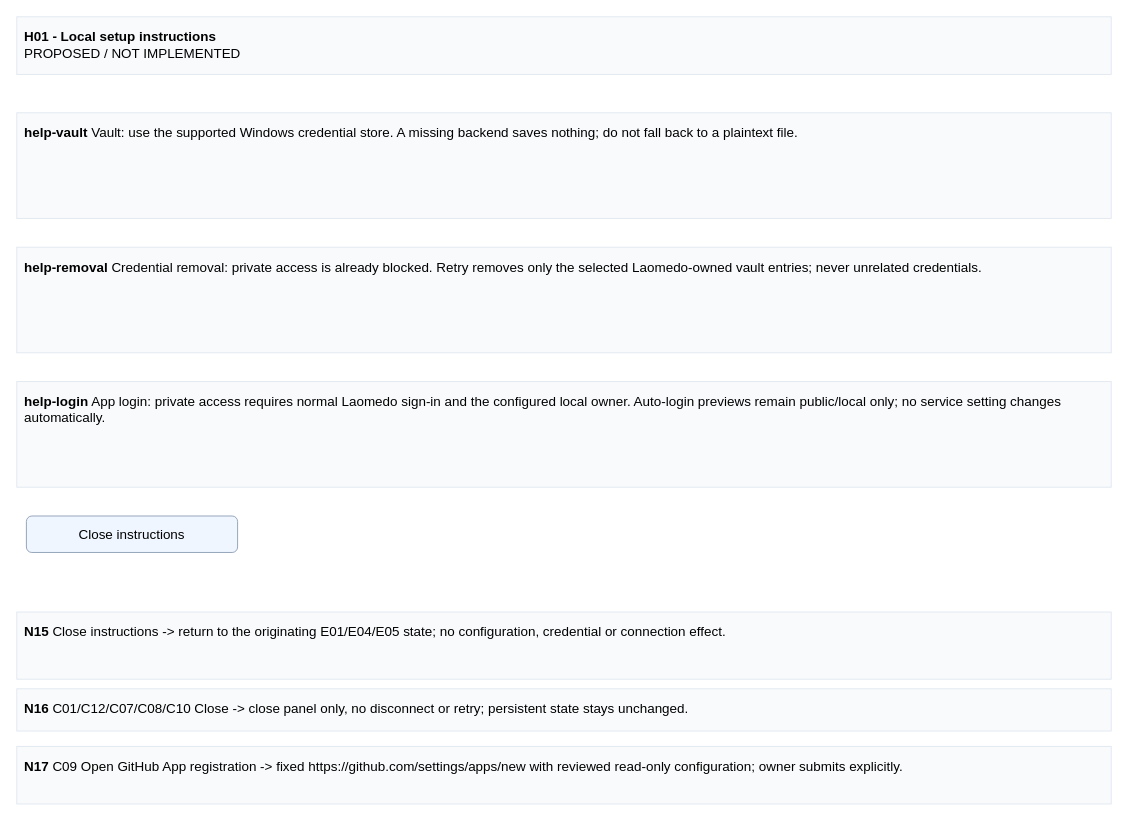
This is page "Setup instructions and recovery targets" (8 of 9) of projects/laomedo/subsystems/agent-execution/design/github-account-connections.drawio from amadou-6e/specs, a draw.io file, before an edit. Source tidied: cells renumbered, new cells numbered last; positions are measured from the earlier drawing's top-left corner, leaving out a move shared by most shapes. Both pictures are drawn from the tidied source at 96%, with x=0, y=0 at pixel (16, 16).
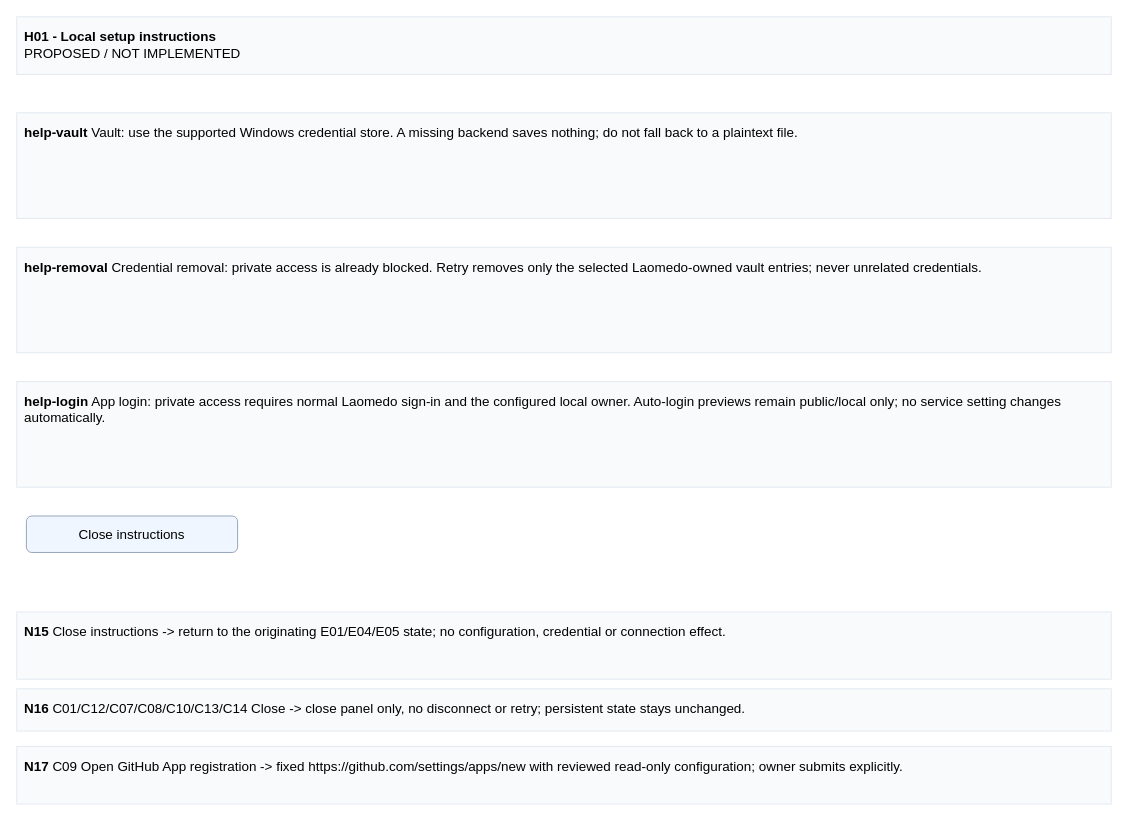
Above is the later version.

Change to the diagram source:
```diff
@@
 <mxGraphModel>
   <root>
     <mxCell id="0" />
     <mxCell id="1" parent="0" />
     <mxCell id="2" value="&lt;b&gt;H01 - Local setup instructions&lt;/b&gt;&lt;br&gt;PROPOSED / NOT IMPLEMENTED" style="rounded=0;whiteSpace=wrap;html=1;fontFamily=Arial;fontSize=14;align=left;verticalAlign=top;spacing=8;fillColor=#F8FAFC;strokeColor=#E2E8F0;" parent="1" vertex="1">
       <mxGeometry width="1140" height="60" as="geometry" />
     </mxCell>
     <mxCell id="3" value="&lt;b&gt;help-vault&lt;/b&gt;  Vault: use the supported Windows credential store. A missing backend saves nothing; do not fall back to a plaintext file." style="rounded=0;whiteSpace=wrap;html=1;fontFamily=Arial;fontSize=14;align=left;verticalAlign=top;spacing=8;fillColor=#F8FAFC;strokeColor=#E2E8F0;" parent="1" vertex="1">
       <mxGeometry y="100" width="1140" height="110" as="geometry" />
     </mxCell>
     <mxCell id="4" value="&lt;b&gt;help-removal&lt;/b&gt;  Credential removal: private access is already blocked. Retry removes only the selected Laomedo-owned vault entries; never unrelated credentials." style="rounded=0;whiteSpace=wrap;html=1;fontFamily=Arial;fontSize=14;align=left;verticalAlign=top;spacing=8;fillColor=#F8FAFC;strokeColor=#E2E8F0;" parent="1" vertex="1">
       <mxGeometry y="240" width="1140" height="110" as="geometry" />
     </mxCell>
     <mxCell id="5" value="&lt;b&gt;help-login&lt;/b&gt;  App login: private access requires normal Laomedo sign-in and the configured local owner. Auto-login previews remain public/local only; no service setting changes automatically." style="rounded=0;whiteSpace=wrap;html=1;fontFamily=Arial;fontSize=14;align=left;verticalAlign=top;spacing=8;fillColor=#F8FAFC;strokeColor=#E2E8F0;" parent="1" vertex="1">
       <mxGeometry y="380" width="1140" height="110" as="geometry" />
     </mxCell>
     <mxCell id="6" value="&lt;b&gt;N15&lt;/b&gt; Close instructions -&gt; return to the originating E01/E04/E05 state; no configuration, credential or connection effect." style="rounded=0;whiteSpace=wrap;html=1;fontFamily=Arial;fontSize=14;align=left;verticalAlign=top;spacing=8;fillColor=#F8FAFC;strokeColor=#E2E8F0;" parent="1" vertex="1">
       <mxGeometry y="620" width="1140" height="70" as="geometry" />
     </mxCell>
-    <mxCell id="7" value="&lt;b&gt;N16&lt;/b&gt;  C01/C12/C07/C08/C10 Close -&gt; close panel only, no disconnect or retry; persistent state stays unchanged." style="rounded=0;whiteSpace=wrap;html=1;fontFamily=Arial;fontSize=14;align=left;verticalAlign=top;spacing=8;fillColor=#F8FAFC;strokeColor=#E2E8F0;" parent="1" vertex="1">
+    <mxCell id="7" value="&lt;b&gt;N16&lt;/b&gt;  C01/C12/C07/C08/C10/C13/C14 Close -&gt; close panel only, no disconnect or retry; persistent state stays unchanged." style="rounded=0;whiteSpace=wrap;html=1;fontFamily=Arial;fontSize=14;align=left;verticalAlign=top;spacing=8;fillColor=#F8FAFC;strokeColor=#E2E8F0;" parent="1" vertex="1">
       <mxGeometry y="700" width="1140" height="44" as="geometry" />
     </mxCell>
     <mxCell id="8" value="&lt;b&gt;N17&lt;/b&gt;  C09 Open GitHub App registration -&gt; fixed https://github.com/settings/apps/new with reviewed read-only configuration; owner submits explicitly." style="rounded=0;whiteSpace=wrap;html=1;fontFamily=Arial;fontSize=14;align=left;verticalAlign=top;spacing=8;fillColor=#F8FAFC;strokeColor=#E2E8F0;" parent="1" vertex="1">
       <mxGeometry y="760" width="1140" height="60" as="geometry" />
     </mxCell>
     <mxCell id="9" value="Close instructions" style="rounded=1;whiteSpace=wrap;html=1;fontFamily=Arial;fontSize=14;align=center;verticalAlign=middle;fillColor=#EFF6FF;strokeColor=#94A3B8;" parent="1" vertex="1">
       <mxGeometry x="10" y="520" width="220" height="38" as="geometry" />
     </mxCell>
   </root>
 </mxGraphModel>
```
